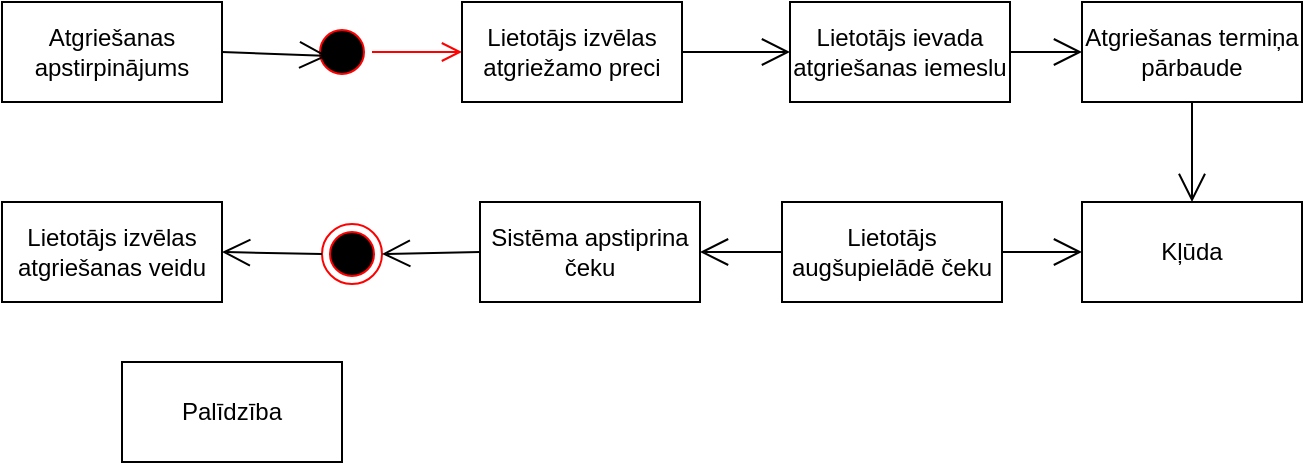
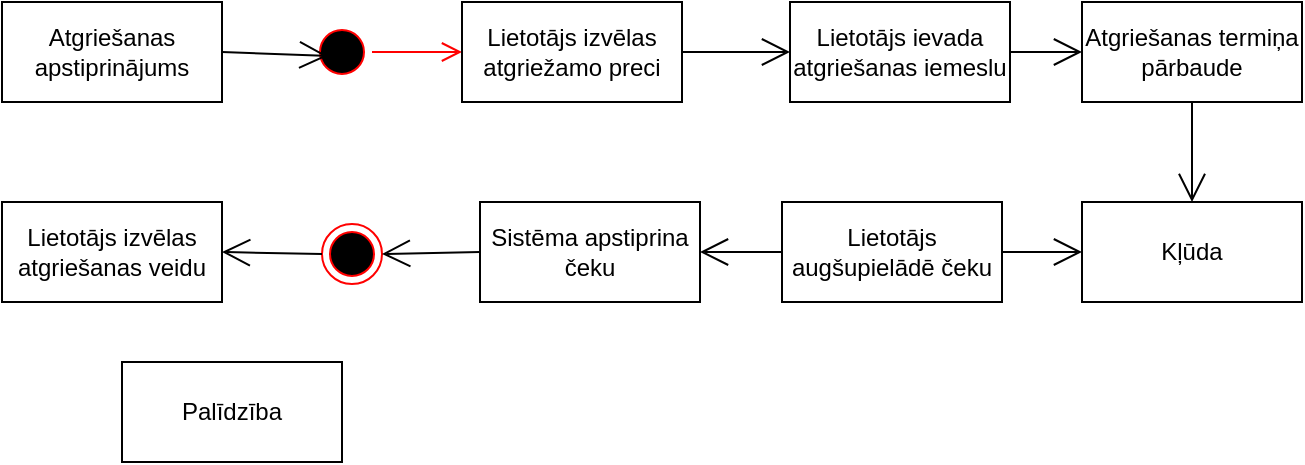
<mxfile host="Electron">
  <diagram name="Page-1" id="HxrAa7FbZiOo0-ec_CDF">
-     <mxGraphModel dx="814" dy="792" grid="1" gridSize="10" guides="1" tooltips="1" connect="1" arrows="1" fold="1" page="1" pageScale="1" pageWidth="827" pageHeight="1169" math="0" shadow="0">
+     <mxGraphModel dx="1341" dy="1031" grid="1" gridSize="10" guides="1" tooltips="1" connect="1" arrows="1" fold="1" page="1" pageScale="1" pageWidth="827" pageHeight="1169" math="0" shadow="0">
      <root>
        <mxCell id="0" />
        <mxCell id="1" parent="0" />
        <mxCell id="KfDpKGBzcGJ5qzSmKu8n-26" parent="1" style="ellipse;html=1;shape=startState;fillColor=#000000;strokeColor=#ff0000;" value="" vertex="1">
          <mxGeometry height="30" width="30" x="270" y="50" as="geometry" />
        </mxCell>
        <mxCell id="KfDpKGBzcGJ5qzSmKu8n-27" edge="1" parent="1" source="KfDpKGBzcGJ5qzSmKu8n-26" style="edgeStyle=orthogonalEdgeStyle;html=1;verticalAlign=bottom;endArrow=open;endSize=8;strokeColor=#ff0000;rounded=0;" target="KfDpKGBzcGJ5qzSmKu8n-29" value="">
          <mxGeometry relative="1" as="geometry">
            <mxPoint x="195" y="65" as="targetPoint" />
          </mxGeometry>
        </mxCell>
        <mxCell id="KfDpKGBzcGJ5qzSmKu8n-29" parent="1" style="html=1;whiteSpace=wrap;" value="Lietotājs izvēlas atgriežamo preci" vertex="1">
          <mxGeometry height="50" width="110" x="345" y="40" as="geometry" />
        </mxCell>
        <mxCell id="KfDpKGBzcGJ5qzSmKu8n-30" parent="1" style="html=1;whiteSpace=wrap;" value="Lietotājs ievada atgriešanas iemeslu" vertex="1">
          <mxGeometry height="50" width="110" x="509" y="40" as="geometry" />
        </mxCell>
        <mxCell id="KfDpKGBzcGJ5qzSmKu8n-31" parent="1" style="html=1;whiteSpace=wrap;" value="Atgriešanas termiņa pārbaude" vertex="1">
          <mxGeometry height="50" width="110" x="655" y="40" as="geometry" />
        </mxCell>
        <mxCell id="KfDpKGBzcGJ5qzSmKu8n-32" parent="1" style="ellipse;html=1;shape=endState;fillColor=#000000;strokeColor=#ff0000;" value="" vertex="1">
          <mxGeometry height="30" width="30" x="275" y="151" as="geometry" />
        </mxCell>
        <mxCell id="KfDpKGBzcGJ5qzSmKu8n-35" edge="1" parent="1" source="KfDpKGBzcGJ5qzSmKu8n-48" style="endArrow=open;endFill=1;endSize=12;html=1;rounded=0;exitX=1;exitY=0.5;exitDx=0;exitDy=0;entryX=0.261;entryY=0.567;entryDx=0;entryDy=0;entryPerimeter=0;" target="KfDpKGBzcGJ5qzSmKu8n-26" value="">
          <mxGeometry relative="1" width="160" as="geometry">
            <mxPoint x="305" y="65" as="sourcePoint" />
            <mxPoint x="735" y="230" as="targetPoint" />
          </mxGeometry>
        </mxCell>
        <mxCell id="KfDpKGBzcGJ5qzSmKu8n-36" edge="1" parent="1" source="KfDpKGBzcGJ5qzSmKu8n-29" style="endArrow=open;endFill=1;endSize=12;html=1;rounded=0;exitX=1;exitY=0.5;exitDx=0;exitDy=0;entryX=0;entryY=0.5;entryDx=0;entryDy=0;" target="KfDpKGBzcGJ5qzSmKu8n-30" value="">
          <mxGeometry relative="1" width="160" as="geometry">
            <mxPoint x="345" y="60" as="sourcePoint" />
            <mxPoint x="385" y="60" as="targetPoint" />
          </mxGeometry>
        </mxCell>
        <mxCell id="KfDpKGBzcGJ5qzSmKu8n-37" edge="1" parent="1" source="KfDpKGBzcGJ5qzSmKu8n-30" style="endArrow=open;endFill=1;endSize=12;html=1;rounded=0;exitX=1;exitY=0.5;exitDx=0;exitDy=0;entryX=0;entryY=0.5;entryDx=0;entryDy=0;" target="KfDpKGBzcGJ5qzSmKu8n-31" value="">
          <mxGeometry relative="1" width="160" as="geometry">
            <mxPoint x="535" y="140" as="sourcePoint" />
            <mxPoint x="575" y="140" as="targetPoint" />
          </mxGeometry>
        </mxCell>
        <mxCell id="KfDpKGBzcGJ5qzSmKu8n-38" edge="1" parent="1" source="KfDpKGBzcGJ5qzSmKu8n-31" style="endArrow=open;endFill=1;endSize=12;html=1;rounded=0;exitX=0.5;exitY=1;exitDx=0;exitDy=0;entryX=0.5;entryY=0;entryDx=0;entryDy=0;" target="KfDpKGBzcGJ5qzSmKu8n-39" value="">
          <mxGeometry relative="1" width="160" as="geometry">
            <mxPoint x="655" y="130" as="sourcePoint" />
            <mxPoint x="805" y="100" as="targetPoint" />
          </mxGeometry>
        </mxCell>
        <mxCell id="KfDpKGBzcGJ5qzSmKu8n-39" parent="1" style="html=1;whiteSpace=wrap;" value="Kļūda" vertex="1">
          <mxGeometry height="50" width="110" x="655" y="140" as="geometry" />
        </mxCell>
        <mxCell id="KfDpKGBzcGJ5qzSmKu8n-40" parent="1" style="html=1;whiteSpace=wrap;" value="Lietotājs augšupielādē čeku" vertex="1">
          <mxGeometry height="50" width="110" x="505" y="140" as="geometry" />
        </mxCell>
        <mxCell id="KfDpKGBzcGJ5qzSmKu8n-41" parent="1" style="html=1;whiteSpace=wrap;" value="Sistēma apstiprina čeku" vertex="1">
          <mxGeometry height="50" width="110" x="354" y="140" as="geometry" />
        </mxCell>
        <mxCell id="KfDpKGBzcGJ5qzSmKu8n-42" parent="1" style="html=1;whiteSpace=wrap;" value="Lietotājs izvēlas atgriešanas veidu" vertex="1">
          <mxGeometry height="50" width="110" x="115" y="140" as="geometry" />
        </mxCell>
        <mxCell id="KfDpKGBzcGJ5qzSmKu8n-43" parent="1" style="html=1;whiteSpace=wrap;" value="Palīdzība" vertex="1">
          <mxGeometry height="50" width="110" x="175" y="220" as="geometry" />
        </mxCell>
        <mxCell id="KfDpKGBzcGJ5qzSmKu8n-44" edge="1" parent="1" source="KfDpKGBzcGJ5qzSmKu8n-40" style="endArrow=open;endFill=1;endSize=12;html=1;rounded=0;entryX=0;entryY=0.5;entryDx=0;entryDy=0;exitX=1;exitY=0.5;exitDx=0;exitDy=0;" target="KfDpKGBzcGJ5qzSmKu8n-39" value="">
          <mxGeometry relative="1" width="160" as="geometry">
            <mxPoint x="625" y="250" as="sourcePoint" />
            <mxPoint x="547" y="510" as="targetPoint" />
          </mxGeometry>
        </mxCell>
        <mxCell id="KfDpKGBzcGJ5qzSmKu8n-45" edge="1" parent="1" source="KfDpKGBzcGJ5qzSmKu8n-40" style="endArrow=open;endFill=1;endSize=12;html=1;rounded=0;exitX=0;exitY=0.5;exitDx=0;exitDy=0;entryX=1;entryY=0.5;entryDx=0;entryDy=0;" target="KfDpKGBzcGJ5qzSmKu8n-41" value="">
          <mxGeometry relative="1" width="160" as="geometry">
            <mxPoint x="605" y="310" as="sourcePoint" />
            <mxPoint x="565" y="310" as="targetPoint" />
          </mxGeometry>
        </mxCell>
        <mxCell id="KfDpKGBzcGJ5qzSmKu8n-46" edge="1" parent="1" source="KfDpKGBzcGJ5qzSmKu8n-41" style="endArrow=open;endFill=1;endSize=12;html=1;rounded=0;exitX=0;exitY=0.5;exitDx=0;exitDy=0;entryX=1;entryY=0.5;entryDx=0;entryDy=0;" target="KfDpKGBzcGJ5qzSmKu8n-32" value="">
          <mxGeometry relative="1" width="160" as="geometry">
            <mxPoint x="496" y="240" as="sourcePoint" />
            <mxPoint x="455" y="240" as="targetPoint" />
          </mxGeometry>
        </mxCell>
        <mxCell id="KfDpKGBzcGJ5qzSmKu8n-47" edge="1" parent="1" source="KfDpKGBzcGJ5qzSmKu8n-32" style="endArrow=open;endFill=1;endSize=12;html=1;rounded=0;exitX=0;exitY=0.5;exitDx=0;exitDy=0;entryX=1;entryY=0.5;entryDx=0;entryDy=0;" target="KfDpKGBzcGJ5qzSmKu8n-42" value="">
          <mxGeometry relative="1" width="160" as="geometry">
            <mxPoint x="344" y="240" as="sourcePoint" />
            <mxPoint x="295" y="241" as="targetPoint" />
          </mxGeometry>
        </mxCell>
-         <mxCell id="KfDpKGBzcGJ5qzSmKu8n-48" parent="1" style="html=1;whiteSpace=wrap;" value="Atgriešanas apstirpinājums" vertex="1">
+         <mxCell id="KfDpKGBzcGJ5qzSmKu8n-48" parent="1" style="html=1;whiteSpace=wrap;" value="Atgriešanas apstiprinājums" vertex="1">
          <mxGeometry height="50" width="110" x="115" y="40" as="geometry" />
        </mxCell>
      </root>
    </mxGraphModel>
  </diagram>
</mxfile>
